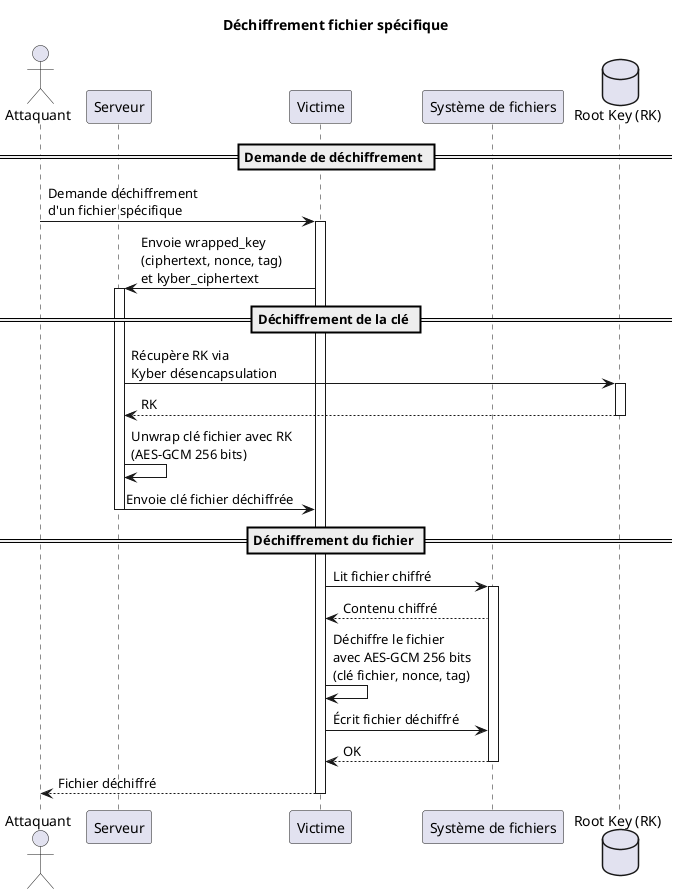
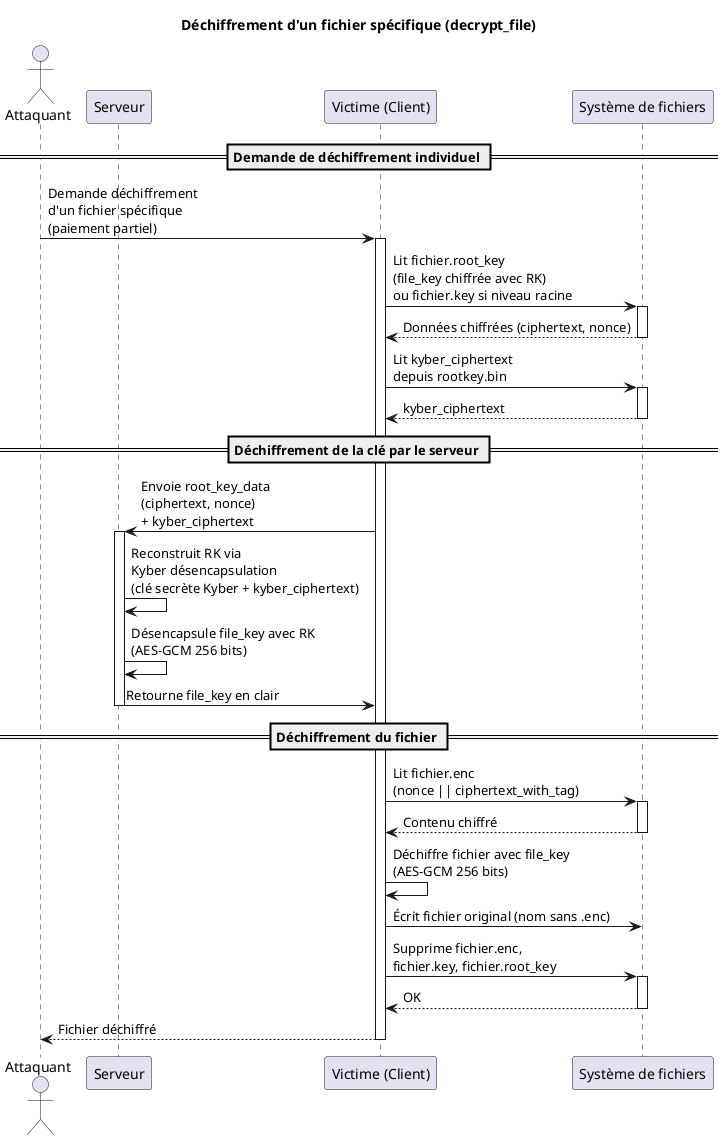
@startuml 03-Dechiffrement_Spécifique

- title Déchiffrement fichier spécifique
+ title Déchiffrement d'un fichier spécifique (decrypt_file)

actor Attaquant as attacker
participant "Serveur" as server
- participant "Victime" as victime
+ participant "Victime (Client)" as victime
participant "Système de fichiers" as fs
- database "Root Key (RK)" as rk

- == Demande de déchiffrement ==
- attacker -> victime: Demande déchiffrement\nd'un fichier spécifique
+ == Demande de déchiffrement individuel ==
+ attacker -> victime: Demande déchiffrement\nd'un fichier spécifique\n(paiement partiel)
activate victime

+ victime -> fs: Lit fichier.root_key\n(file_key chiffrée avec RK)\nou fichier.key si niveau racine
+ activate fs
+ fs --> victime: Données chiffrées (ciphertext, nonce)
+ deactivate fs

- victime -> server: Envoie wrapped_key\n(ciphertext, nonce, tag)\net kyber_ciphertext
+ victime -> fs: Lit kyber_ciphertext\ndepuis rootkey.bin
+ activate fs
+ fs --> victime: kyber_ciphertext
+ deactivate fs
+ 
+ == Déchiffrement de la clé par le serveur ==
+ victime -> server: Envoie root_key_data\n(ciphertext, nonce)\n+ kyber_ciphertext
activate server

- == Déchiffrement de la clé ==
- server -> rk: Récupère RK via\nKyber désencapsulation
- activate rk
- rk --> server: RK
- deactivate rk
+ server -> server: Reconstruit RK via\nKyber désencapsulation\n(clé secrète Kyber + kyber_ciphertext)
+ server -> server: Désencapsule file_key avec RK\n(AES-GCM 256 bits)

- server -> server: Unwrap clé fichier avec RK\n(AES-GCM 256 bits)
- 
- server -> victime: Envoie clé fichier déchiffrée
+ server -> victime: Retourne file_key en clair
deactivate server

== Déchiffrement du fichier ==
- victime -> fs: Lit fichier chiffré
+ victime -> fs: Lit fichier.enc\n(nonce || ciphertext_with_tag)
activate fs
fs --> victime: Contenu chiffré
+ deactivate fs

- victime -> victime: Déchiffre le fichier\navec AES-GCM 256 bits\n(clé fichier, nonce, tag)
+ victime -> victime: Déchiffre fichier avec file_key\n(AES-GCM 256 bits)

- victime -> fs: Écrit fichier déchiffré
+ victime -> fs: Écrit fichier original (nom sans .enc)
+ victime -> fs: Supprime fichier.enc,\nfichier.key, fichier.root_key
+ activate fs
fs --> victime: OK
deactivate fs

victime --> attacker: Fichier déchiffré
deactivate victime

@enduml
